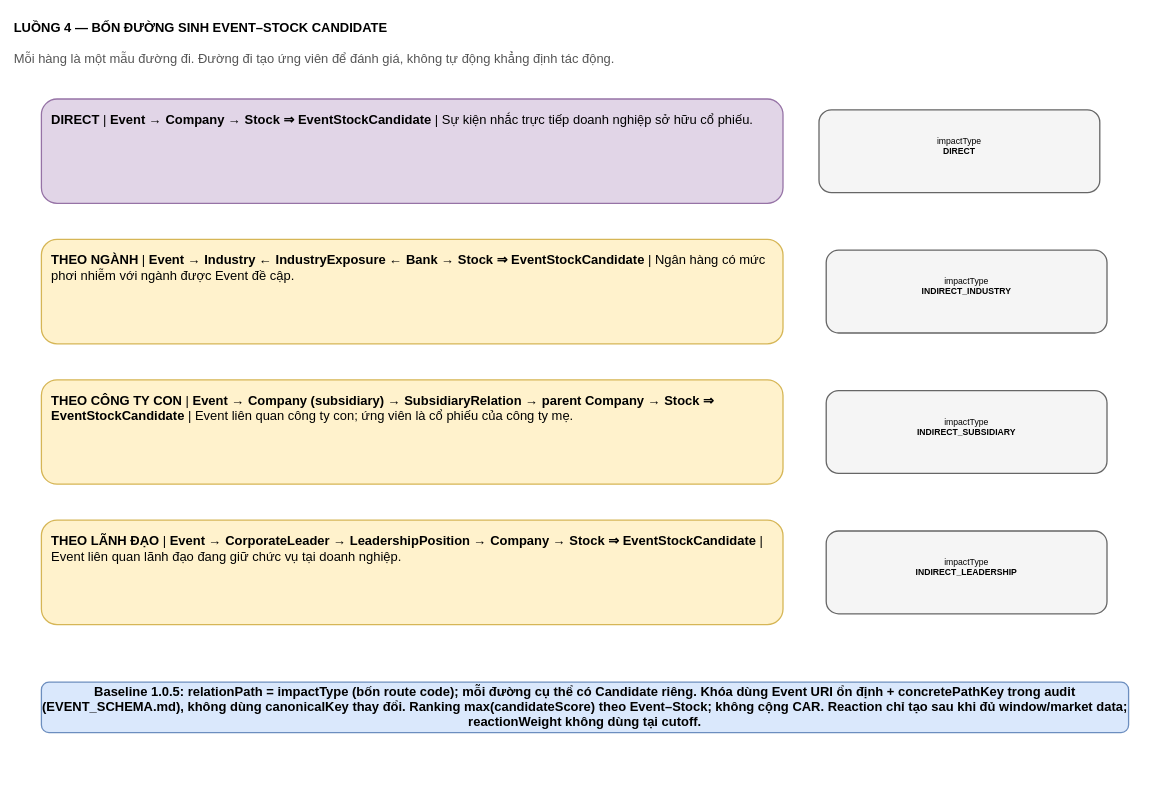
Lequynhlan/master_thesis_draf keeps this draw.io diagram as page "05-4 Đường liên hệ chính" (6 of 7) of chỉnh sửa mới nhất - 01-10/master_thesis_v1_synced_01-10.drawio. Above is the earlier version. Source tidied: cells renumbered, new cells numbered last; positions are measured from the earlier drawing's top-left corner, leaving out a move shared by most shapes. Both pictures are drawn from the tidied source at 72%, with x=0, y=0 at pixel (12, 12).
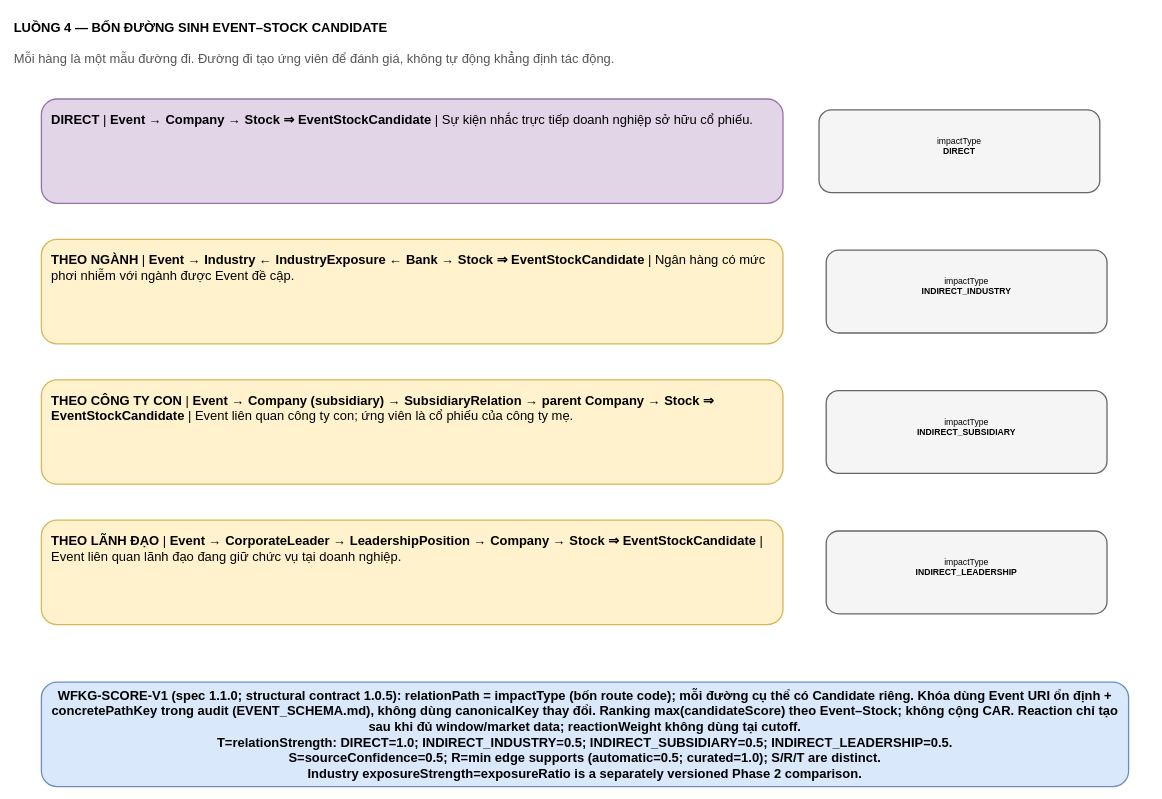
Above is the later version.

Commit message (it also covers changes not shown here):
Finalize Phase 1 scoring sync package

What changed in the source:
```diff
@@
 <mxGraphModel>
   <root>
     <mxCell id="0" />
     <mxCell id="1" parent="0" />
     <mxCell id="2" value="LUỒNG 4 — BỐN ĐƯỜNG SINH EVENT–STOCK CANDIDATE" style="text;html=1;strokeColor=none;fillColor=none;align=left;verticalAlign=middle;fontSize=18;fontStyle=1;" parent="1" vertex="1">
       <mxGeometry width="1580" height="42" as="geometry" />
     </mxCell>
     <mxCell id="3" value="Mỗi hàng là một mẫu đường đi. Đường đi tạo ứng viên để đánh giá, không tự động khẳng định tác động." style="text;html=1;strokeColor=none;fillColor=none;align=left;verticalAlign=top;fontSize=18;fontColor=#555555;" parent="1" vertex="1">
       <mxGeometry y="48" width="1580" height="48" as="geometry" />
     </mxCell>
     <mxCell id="4" value="&lt;b&gt;DIRECT&lt;/b&gt; | &lt;font&gt;&lt;b&gt;Event → Company → Stock ⇒ EventStockCandidate&lt;/b&gt;&lt;/font&gt; | Sự kiện nhắc trực tiếp doanh nghiệp sở hữu cổ phiếu." style="rounded=1;whiteSpace=wrap;html=1;fillColor=#e1d5e7;strokeColor=#9673a6;strokeWidth=1.8;fontSize=18;align=left;verticalAlign=top;spacing=14;" parent="1" vertex="1">
       <mxGeometry x="40" y="120" width="1030" height="145" as="geometry" />
     </mxCell>
     <mxCell id="5" value="impactType&lt;br&gt;&lt;b&gt;DIRECT&lt;/b&gt;&lt;br&gt;&lt;div&gt;&lt;br/&gt;&lt;/div&gt;" style="rounded=1;whiteSpace=wrap;html=1;fillColor=#f5f5f5;strokeColor=#666666;strokeWidth=1.8;fontSize=18;fontSize=12;" parent="1" vertex="1">
       <mxGeometry x="1120" y="135" width="390" height="115" as="geometry" />
     </mxCell>
     <mxCell id="6" value="&lt;b&gt;THEO NGÀNH&lt;/b&gt; | &lt;font&gt;&lt;b&gt;Event → Industry ← IndustryExposure ← Bank → Stock ⇒ EventStockCandidate&lt;/b&gt;&lt;/font&gt; | Ngân hàng có mức phơi nhiễm với ngành được Event đề cập." style="rounded=1;whiteSpace=wrap;html=1;fillColor=#fff2cc;strokeColor=#d6b656;strokeWidth=1.8;fontSize=18;align=left;verticalAlign=top;spacing=14;" parent="1" vertex="1">
       <mxGeometry x="40" y="315" width="1030" height="145" as="geometry" />
     </mxCell>
     <mxCell id="7" value="impactType&lt;br&gt;&lt;b&gt;INDIRECT_INDUSTRY&lt;/b&gt;&lt;br&gt;&lt;div&gt;&lt;br/&gt;&lt;/div&gt;" style="rounded=1;whiteSpace=wrap;html=1;fillColor=#f5f5f5;strokeColor=#666666;strokeWidth=1.8;fontSize=18;fontSize=12;" parent="1" vertex="1">
       <mxGeometry x="1130" y="330" width="390" height="115" as="geometry" />
     </mxCell>
     <mxCell id="8" value="&lt;b&gt;THEO CÔNG TY CON&lt;/b&gt; | &lt;font&gt;&lt;b&gt;Event → Company (subsidiary) → SubsidiaryRelation → parent Company → Stock ⇒ EventStockCandidate&lt;/b&gt;&lt;/font&gt; | Event liên quan công ty con; ứng viên là cổ phiếu của công ty mẹ." style="rounded=1;whiteSpace=wrap;html=1;fillColor=#fff2cc;strokeColor=#d6b656;strokeWidth=1.8;fontSize=18;align=left;verticalAlign=top;spacing=14;" parent="1" vertex="1">
       <mxGeometry x="40" y="510" width="1030" height="145" as="geometry" />
     </mxCell>
     <mxCell id="9" value="impactType&lt;br&gt;&lt;b&gt;INDIRECT_SUBSIDIARY&lt;/b&gt;&lt;br&gt;&lt;div&gt;&lt;br/&gt;&lt;/div&gt;" style="rounded=1;whiteSpace=wrap;html=1;fillColor=#f5f5f5;strokeColor=#666666;strokeWidth=1.8;fontSize=18;fontSize=12;" parent="1" vertex="1">
       <mxGeometry x="1130" y="525" width="390" height="115" as="geometry" />
     </mxCell>
     <mxCell id="10" value="&lt;b&gt;THEO LÃNH ĐẠO&lt;/b&gt; | &lt;font&gt;&lt;b&gt;Event → CorporateLeader → LeadershipPosition → Company → Stock ⇒ EventStockCandidate&lt;/b&gt;&lt;/font&gt; | Event liên quan lãnh đạo đang giữ chức vụ tại doanh nghiệp." style="rounded=1;whiteSpace=wrap;html=1;fillColor=#fff2cc;strokeColor=#d6b656;strokeWidth=1.8;fontSize=18;align=left;verticalAlign=top;spacing=14;" parent="1" vertex="1">
       <mxGeometry x="40" y="705" width="1030" height="145" as="geometry" />
     </mxCell>
     <mxCell id="11" value="impactType&lt;br&gt;&lt;b&gt;INDIRECT_LEADERSHIP&lt;/b&gt;&lt;br&gt;&lt;div&gt;&lt;br/&gt;&lt;/div&gt;" style="rounded=1;whiteSpace=wrap;html=1;fillColor=#f5f5f5;strokeColor=#666666;strokeWidth=1.8;fontSize=18;fontSize=12;" parent="1" vertex="1">
       <mxGeometry x="1130" y="720" width="390" height="115" as="geometry" />
     </mxCell>
-    <mxCell id="12" value="Baseline 1.0.5: relationPath = impactType (bốn route code); mỗi đường cụ thể có Candidate riêng. Khóa dùng Event URI ổn định + concretePathKey trong audit (EVENT_SCHEMA.md), không dùng canonicalKey thay đổi. Ranking max(candidateScore) theo Event–Stock; không cộng CAR. Reaction chỉ tạo sau khi đủ window/market data; reactionWeight không dùng tại cutoff." style="rounded=1;whiteSpace=wrap;html=1;fillColor=#dae8fc;strokeColor=#6c8ebf;strokeWidth=1.8;fontSize=18;align=center;verticalAlign=middle;fontStyle=1;" parent="1" vertex="1">
-      <mxGeometry x="40" y="930" width="1510" height="70" as="geometry" />
+    <mxCell id="12" value="WFKG-SCORE-V1 (spec 1.1.0; structural contract 1.0.5): relationPath = impactType (bốn route code); mỗi đường cụ thể có Candidate riêng. Khóa dùng Event URI ổn định + concretePathKey trong audit (EVENT_SCHEMA.md), không dùng canonicalKey thay đổi. Ranking max(candidateScore) theo Event–Stock; không cộng CAR. Reaction chỉ tạo sau khi đủ window/market data; reactionWeight không dùng tại cutoff.&lt;br&gt;T=relationStrength: DIRECT=1.0; INDIRECT_INDUSTRY=0.5; INDIRECT_SUBSIDIARY=0.5; INDIRECT_LEADERSHIP=0.5.&lt;br&gt;S=sourceConfidence=0.5; R=min edge supports (automatic=0.5; curated=1.0); S/R/T are distinct.&lt;br&gt;Industry exposureStrength=exposureRatio is a separately versioned Phase 2 comparison." style="rounded=1;whiteSpace=wrap;html=1;fillColor=#dae8fc;strokeColor=#6c8ebf;strokeWidth=1.8;fontSize=18;align=center;verticalAlign=middle;fontStyle=1;" parent="1" vertex="1">
+      <mxGeometry x="40" y="930" width="1510" height="145" as="geometry" />
     </mxCell>
   </root>
 </mxGraphModel>
```
